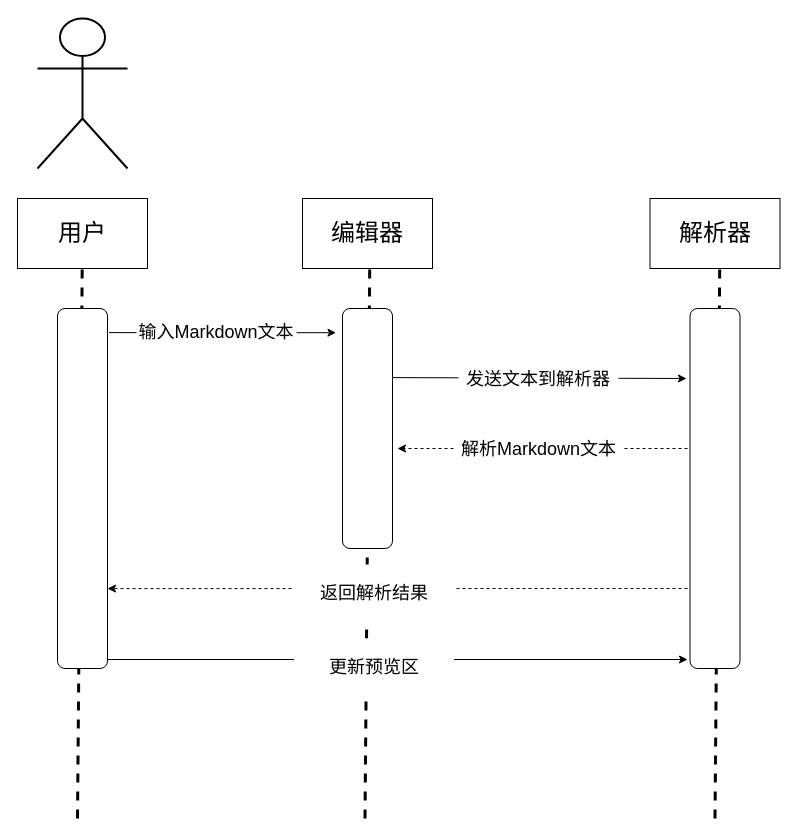
Earlier version of the draw.io diagram 未命名绘图.drawio (Yaozongbin0828/UMLetDraw). Source tidied: cells renumbered, new cells numbered last; positions are measured from the earlier drawing's top-left corner, leaving out a move shared by most shapes. Both pictures are drawn from the tidied source at 100%, with x=0, y=0 at pixel (-98, 18).
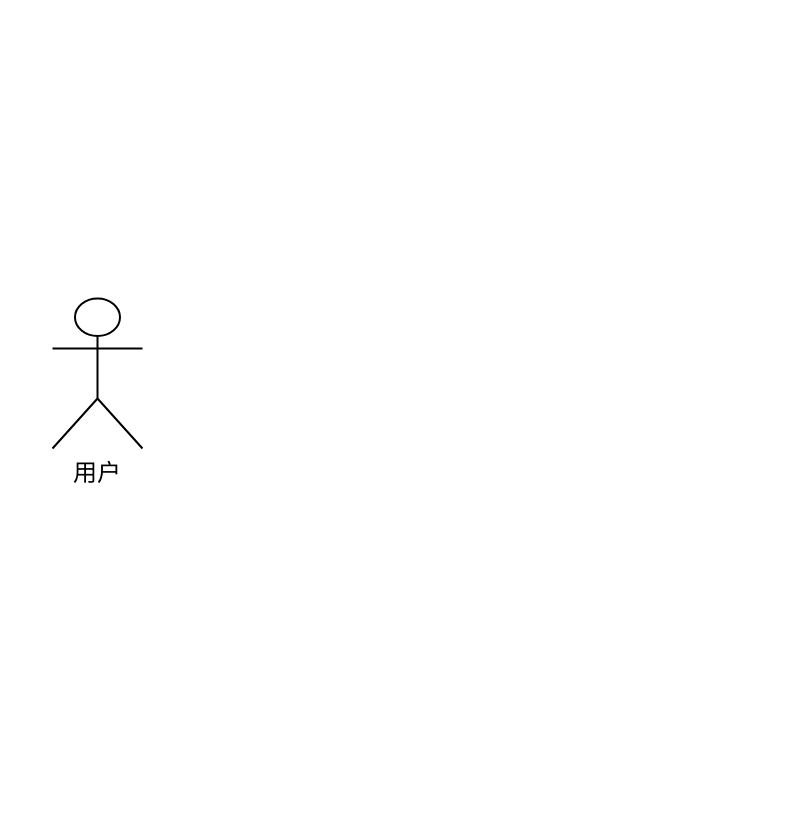
After the change.

Commit message (it also covers changes not shown here):
更新未命名绘图.drawio

The edit, as a diff of the source:
```diff
@@
     <mxCell id="2" style="shape=umlActor;verticalLabelPosition=bottom;verticalAlign=top;html=1;strokeWidth=2;" parent="1" vertex="1">
-      <mxGeometry x="135" width="90" height="150" as="geometry" />
+      <mxGeometry x="150" y="280" width="90" height="150" as="geometry" />
     </mxCell>
-    <mxCell id="3" style="endArrow=none;dashed=1;html=1;rounded=0;strokeWidth=3;" parent="1" edge="1">
-      <mxGeometry relative="1" as="geometry">
-        <mxPoint x="175" y="800" as="sourcePoint" />
-        <mxPoint x="179.7" y="250" as="targetPoint" />
-      </mxGeometry>
-    </mxCell>
-    <mxCell id="4" style="rounded=1;whiteSpace=wrap;html=1;rotation=90;" parent="1" vertex="1">
-      <mxGeometry y="445" width="360" height="50" as="geometry" />
-    </mxCell>
-    <mxCell id="5" style="endArrow=none;dashed=1;html=1;rounded=0;strokeWidth=3;" parent="1" edge="1">
-      <mxGeometry relative="1" as="geometry">
-        <mxPoint x="462.5" y="800" as="sourcePoint" />
-        <mxPoint x="467.2" y="250" as="targetPoint" />
-      </mxGeometry>
-    </mxCell>
-    <mxCell id="6" style="endArrow=none;dashed=1;html=1;rounded=0;strokeWidth=3;" parent="1" edge="1">
-      <mxGeometry relative="1" as="geometry">
-        <mxPoint x="812.5" y="800" as="sourcePoint" />
-        <mxPoint x="817.2" y="250" as="targetPoint" />
-      </mxGeometry>
-    </mxCell>
-    <mxCell id="7" style="rounded=1;whiteSpace=wrap;html=1;rotation=90;" parent="1" vertex="1">
-      <mxGeometry x="345" y="385" width="240" height="50" as="geometry" />
-    </mxCell>
-    <mxCell id="8" style="rounded=1;whiteSpace=wrap;html=1;rotation=90;" parent="1" vertex="1">
-      <mxGeometry x="632.5" y="445" width="360" height="50" as="geometry" />
-    </mxCell>
-    <mxCell id="9" value="&lt;font style=&quot;font-size: 24px;&quot;&gt;用户&lt;/font&gt;" style="rounded=0;whiteSpace=wrap;html=1;" parent="1" vertex="1">
-      <mxGeometry x="115" y="180" width="130" height="70" as="geometry" />
+    <mxCell id="9" value="&lt;font style=&quot;font-size: 24px;&quot;&gt;用户&lt;/font&gt;" style="text;html=1;align=center;verticalAlign=middle;whiteSpace=wrap;rounded=0;" parent="1" vertex="1">
+      <mxGeometry x="165" y="440" width="60" height="30" as="geometry" />
     </mxCell>
-    <mxCell id="10" value="&lt;font style=&quot;font-size: 24px;&quot;&gt;编辑器&lt;/font&gt;" style="rounded=0;whiteSpace=wrap;html=1;" parent="1" vertex="1">
-      <mxGeometry x="400" y="180" width="130" height="70" as="geometry" />
-    </mxCell>
-    <mxCell id="11" value="&lt;font style=&quot;font-size: 24px;&quot;&gt;解析器&lt;/font&gt;" style="rounded=0;whiteSpace=wrap;html=1;" parent="1" vertex="1">
-      <mxGeometry x="747.5" y="180" width="130" height="70" as="geometry" />
-    </mxCell>
-    <mxCell id="12" style="endArrow=classic;html=1;rounded=0;entryX=0.194;entryY=1.029;entryDx=0;entryDy=0;entryPerimeter=0;exitX=0.067;exitY=-0.03;exitDx=0;exitDy=0;exitPerimeter=0;" parent="1" edge="1" source="4">
-      <mxGeometry relative="1" as="geometry">
-        <mxPoint x="433.5" y="314.2" as="targetPoint" />
-      </mxGeometry>
-    </mxCell>
-    <mxCell id="13" style="endArrow=classic;html=1;rounded=0;exitX=0.288;exitY=-0.014;exitDx=0;exitDy=0;exitPerimeter=0;" parent="1" edge="1">
-      <mxGeometry relative="1" as="geometry">
-        <mxPoint x="489.7" y="359.1" as="sourcePoint" />
-        <mxPoint x="784" y="360" as="targetPoint" />
-      </mxGeometry>
-    </mxCell>
-    <mxCell id="14" value="&lt;font style=&quot;font-size: 18px;&quot;&gt;发送文本到解析器&lt;/font&gt;" style="rounded=0;whiteSpace=wrap;html=1;strokeColor=none;gradientColor=none;" parent="1" vertex="1">
-      <mxGeometry x="556" y="332" width="160" height="57" as="geometry" />
-    </mxCell>
-    <mxCell id="15" value="&lt;font style=&quot;font-size: 18px;&quot;&gt;输入Markdown文本&lt;/font&gt;" style="rounded=0;whiteSpace=wrap;html=1;strokeColor=none;gradientColor=none;" parent="1" vertex="1">
-      <mxGeometry x="234" y="285" width="160" height="57" as="geometry" />
-    </mxCell>
-    <mxCell id="16" style="endArrow=classic;html=1;rounded=0;dashed=1;" parent="1" edge="1">
-      <mxGeometry relative="1" as="geometry">
-        <mxPoint x="785" y="430" as="sourcePoint" />
-        <mxPoint x="495" y="430" as="targetPoint" />
-      </mxGeometry>
-    </mxCell>
-    <mxCell id="17" value="&lt;span style=&quot;white-space-collapse: preserve;&quot;&gt;&lt;font style=&quot;font-size: 18px;&quot;&gt;解析Markdown文本&lt;/font&gt;&lt;/span&gt;" style="rounded=0;whiteSpace=wrap;html=1;strokeColor=none;gradientColor=none;" parent="1" vertex="1">
-      <mxGeometry x="551.5" y="402" width="169" height="57" as="geometry" />
-    </mxCell>
-    <mxCell id="18" style="endArrow=classic;html=1;rounded=0;dashed=1;entryX=0.778;entryY=0;entryDx=0;entryDy=0;entryPerimeter=0;" parent="1" edge="1" target="4">
-      <mxGeometry relative="1" as="geometry">
-        <mxPoint x="785" y="570" as="sourcePoint" />
-      </mxGeometry>
-    </mxCell>
-    <mxCell id="19" style="endArrow=classic;html=1;rounded=0;exitX=0.288;exitY=-0.014;exitDx=0;exitDy=0;exitPerimeter=0;" parent="1" edge="1">
-      <mxGeometry relative="1" as="geometry">
-        <mxPoint x="205" y="641" as="sourcePoint" />
-        <mxPoint x="785" y="641" as="targetPoint" />
-      </mxGeometry>
-    </mxCell>
-    <mxCell id="20" value="&lt;font style=&quot;font-size: 18px;&quot;&gt;返回解析结果&lt;/font&gt;" style="rounded=0;whiteSpace=wrap;html=1;strokeColor=none;gradientColor=none;" parent="1" vertex="1">
-      <mxGeometry x="391.5" y="546" width="160" height="57" as="geometry" />
-    </mxCell>
-    <mxCell id="21" value="&lt;font style=&quot;font-size: 18px;&quot;&gt;更新预览区&lt;/font&gt;" style="rounded=0;whiteSpace=wrap;html=1;strokeColor=none;gradientColor=none;" parent="1" vertex="1">
-      <mxGeometry x="391.5" y="620" width="160" height="57" as="geometry" />
-    </mxCell>
```
